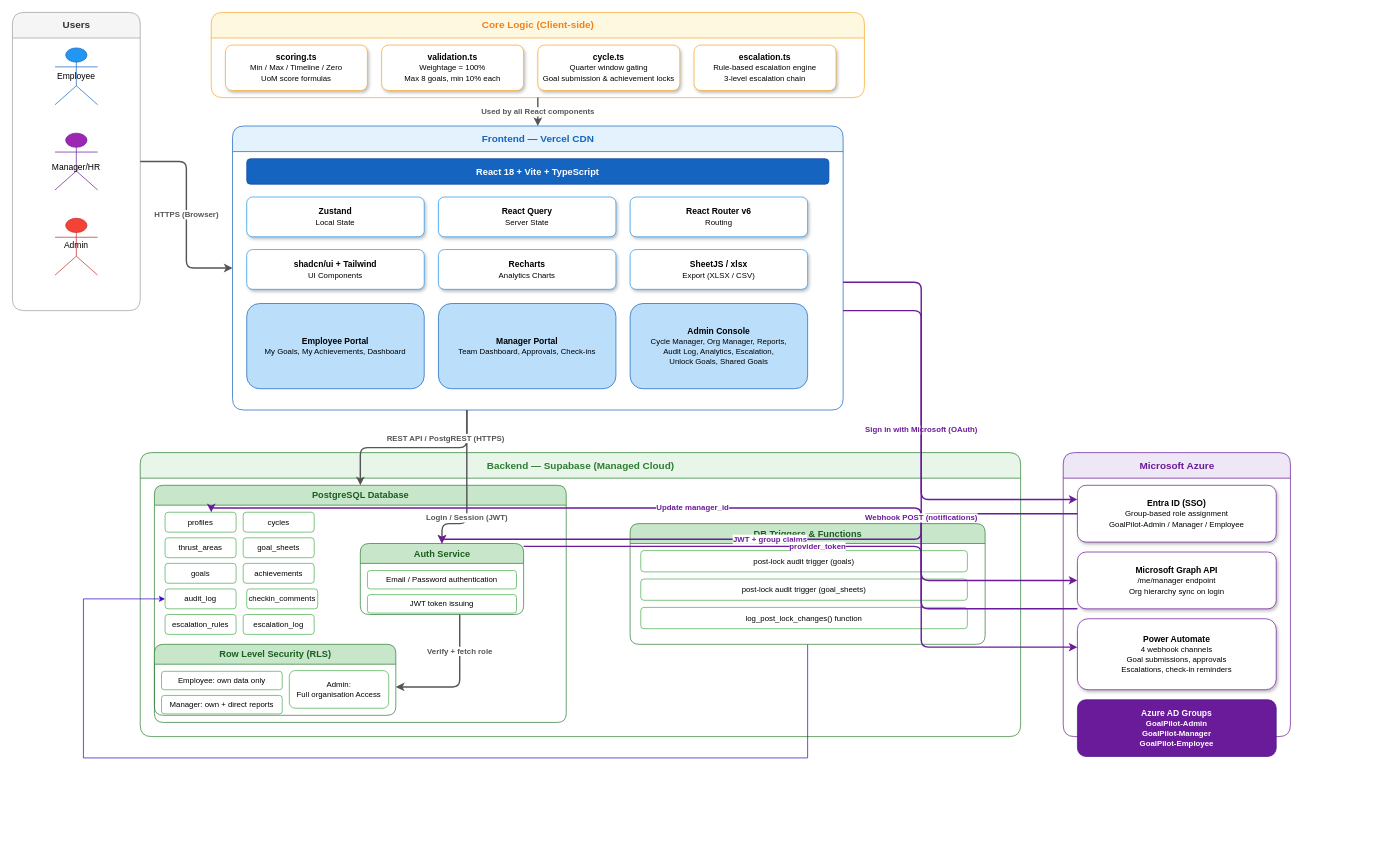
Above: docs/architecture.drawio in vikki-111/goalpilot (draw.io), before the change. Source tidied: cells renumbered, new cells numbered last; positions are measured from the earlier drawing's top-left corner, leaving out a move shared by most shapes. Both pictures are drawn from the tidied source at 71%, with x=0, y=0 at pixel (12, 12).
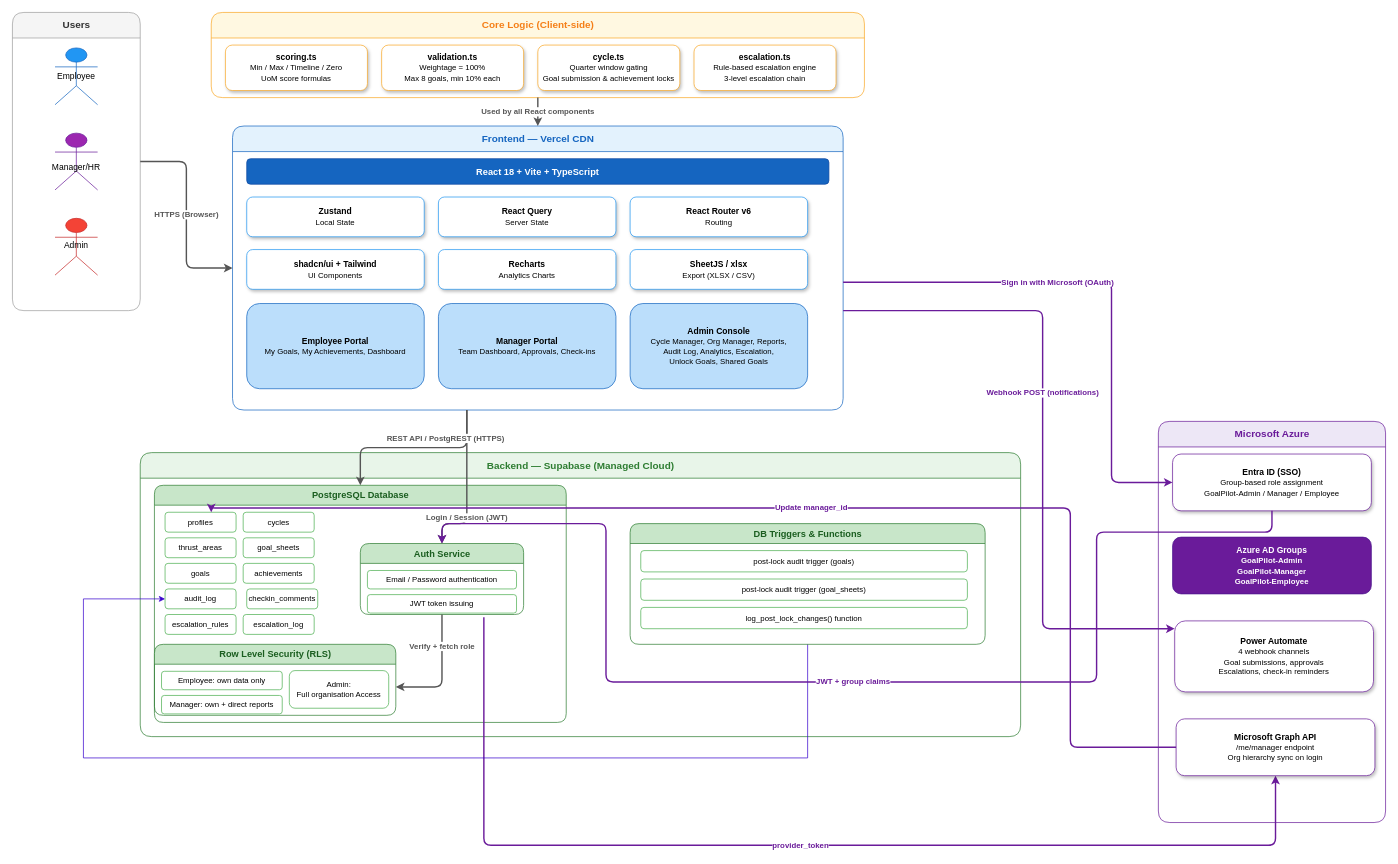
After the change.

Commit message (it also covers changes not shown here):
docs: update architecture diagram with Azure zone and export PNG

The change refers to these unchanged cells:
```xml
<mxCell id="14" value="Frontend — Vercel CDN" style="swimlane;startSize=36;fillColor=#E3F2FD;strokeColor=#1565C0;fontColor=#1565C0;fontStyle=1;fontSize=14;html=1;rounded=1;" parent="1" vertex="1">
  <mxGeometry x="310" y="160" width="860" height="400" as="geometry" />
</mxCell>
<mxCell id="26" value="PostgreSQL Database" style="swimlane;startSize=28;fillColor=#C8E6C9;strokeColor=#2E7D32;fontColor=#1B5E20;fontStyle=1;fontSize=13;html=1;rounded=1;" parent="25" vertex="1">
  <mxGeometry x="20" y="46" width="580" height="334" as="geometry" />
</mxCell>
<mxCell id="27" value="profiles" style="rounded=1;whiteSpace=wrap;html=1;fillColor=#ffffff;strokeColor=#4CAF50;fontSize=11;" parent="26" vertex="1">
  <mxGeometry x="15" y="38" width="100" height="28" as="geometry" />
</mxCell>
<mxCell id="41" value="Auth Service" style="swimlane;startSize=28;fillColor=#C8E6C9;strokeColor=#2E7D32;fontColor=#1B5E20;fontStyle=1;fontSize=13;html=1;rounded=1;" parent="26" vertex="1">
  <mxGeometry x="290" y="82" width="230" height="100" as="geometry" />
</mxCell>
<mxCell id="55" value="&lt;b&gt;Entra ID (SSO)&lt;/b&gt;&lt;br&gt;&lt;font style=&quot;font-size:11px&quot;&gt;Group-based role assignment&lt;br&gt;GoalPilot-Admin / Manager / Employee&lt;/font&gt;" style="rounded=1;whiteSpace=wrap;html=1;fillColor=#ffffff;strokeColor=#6A1B9A;fontSize=12;shadow=1;" parent="54" vertex="1">
  <mxGeometry x="20" y="46" width="280" height="80" as="geometry" />
</mxCell>
```

Change to the diagram source:
```diff
@@
     <mxCell id="44" value="Verify + fetch role" style="edgeStyle=orthogonalEdgeStyle;rounded=1;html=1;strokeColor=#555555;strokeWidth=2;endArrow=classic;fontSize=11;fontColor=#555555;fontStyle=1;" parent="26" edge="1" source="41">
       <mxGeometry x="-0.46" relative="1" as="geometry">
         <mxPoint x="340" y="284" as="targetPoint" />
         <Array as="points">
-          <mxPoint x="430" y="284" />
+          <mxPoint x="405" y="284" />
         </Array>
       </mxGeometry>
     </mxCell>
+    <mxCell id="61" value="provider_token" style="edgeStyle=orthogonalEdgeStyle;rounded=1;html=1;strokeColor=#6A1B9A;strokeWidth=2;endArrow=classic;fontSize=11;fontColor=#6A1B9A;fontStyle=1;entryX=0.5;entryY=1;entryDx=0;entryDy=0;" parent="26" edge="1" target="56">
+      <mxGeometry relative="1" as="geometry">
+        <mxPoint x="464" y="186" as="sourcePoint" />
+        <Array as="points">
+          <mxPoint x="464" y="507" />
+          <mxPoint x="1579" y="507" />
+        </Array>
+      </mxGeometry>
+    </mxCell>
@@
     <mxCell id="54" value="Microsoft Azure" style="swimlane;startSize=36;fillColor=#EDE7F6;strokeColor=#6A1B9A;fontColor=#6A1B9A;fontStyle=1;fontSize=14;html=1;rounded=1;" parent="1" vertex="1">
-      <mxGeometry x="1480" y="620" width="320" height="400" as="geometry" />
+      <mxGeometry x="1614" y="576" width="320" height="565" as="geometry" />
     </mxCell>
@@
-    <mxCell id="56" value="&lt;b&gt;Microsoft Graph API&lt;/b&gt;&lt;br&gt;&lt;font style=&quot;font-size:11px&quot;&gt;/me/manager endpoint&lt;br&gt;Org hierarchy sync on login&lt;/font&gt;" style="rounded=1;whiteSpace=wrap;html=1;fillColor=#ffffff;strokeColor=#6A1B9A;fontSize=12;shadow=1;" parent="54" vertex="1">
-      <mxGeometry x="20" y="140" width="280" height="80" as="geometry" />
-    </mxCell>
     <mxCell id="57" value="&lt;b&gt;Power Automate&lt;/b&gt;&lt;br&gt;&lt;font style=&quot;font-size:11px&quot;&gt;4 webhook channels&lt;br&gt;Goal submissions, approvals&lt;br&gt;Escalations, check-in reminders&lt;/font&gt;" style="rounded=1;whiteSpace=wrap;html=1;fillColor=#ffffff;strokeColor=#6A1B9A;fontSize=12;shadow=1;" parent="54" vertex="1">
-      <mxGeometry x="20" y="234" width="280" height="100" as="geometry" />
+      <mxGeometry x="23" y="281" width="280" height="100" as="geometry" />
     </mxCell>
     <mxCell id="58" value="&lt;b&gt;Azure AD Groups&lt;/b&gt;&lt;br&gt;&lt;font style=&quot;font-size:11px&quot;&gt;GoalPilot-Admin&lt;br&gt;GoalPilot-Manager&lt;br&gt;GoalPilot-Employee&lt;/font&gt;" style="rounded=1;whiteSpace=wrap;html=1;fillColor=#6A1B9A;strokeColor=#4A148C;fontColor=#ffffff;fontSize=12;fontStyle=1;" parent="54" vertex="1">
-      <mxGeometry x="20" y="348" width="280" height="80" as="geometry" />
+      <mxGeometry x="20" y="163" width="280" height="80" as="geometry" />
     </mxCell>
+    <mxCell id="56" value="&lt;b&gt;Microsoft Graph API&lt;/b&gt;&lt;br&gt;&lt;font style=&quot;font-size:11px&quot;&gt;/me/manager endpoint&lt;br&gt;Org hierarchy sync on login&lt;/font&gt;" style="rounded=1;whiteSpace=wrap;html=1;fillColor=#ffffff;strokeColor=#6A1B9A;fontSize=12;shadow=1;" parent="54" vertex="1">
+      <mxGeometry x="25" y="419" width="280" height="80" as="geometry" />
+    </mxCell>
     <mxCell id="59" value="Sign in with Microsoft (OAuth)" style="edgeStyle=orthogonalEdgeStyle;rounded=1;html=1;strokeColor=#6A1B9A;strokeWidth=2;endArrow=classic;fontSize=11;fontColor=#6A1B9A;fontStyle=1;" parent="1" edge="1" source="14" target="55">
-      <mxGeometry relative="1" as="geometry">
+      <mxGeometry x="-0.19" relative="1" as="geometry">
         <Array as="points">
-          <mxPoint x="1280" y="380" />
-          <mxPoint x="1280" y="686" />
+          <mxPoint x="1548" y="380" />
+          <mxPoint x="1548" y="662" />
         </Array>
       </mxGeometry>
     </mxCell>
     <mxCell id="60" value="JWT + group claims" style="edgeStyle=orthogonalEdgeStyle;rounded=1;html=1;strokeColor=#6A1B9A;strokeWidth=2;endArrow=classic;fontSize=11;fontColor=#6A1B9A;fontStyle=1;" parent="1" edge="1" source="55" target="41">
       <mxGeometry relative="1" as="geometry">
         <Array as="points">
-          <mxPoint x="1280" y="706" />
-          <mxPoint x="1280" y="742" />
+          <mxPoint x="1774" y="732" />
+          <mxPoint x="1527" y="732" />
+          <mxPoint x="1527" y="943" />
+          <mxPoint x="836" y="943" />
+          <mxPoint x="836" y="720" />
+          <mxPoint x="605" y="720" />
         </Array>
       </mxGeometry>
     </mxCell>
-    <mxCell id="61" value="provider_token" style="edgeStyle=orthogonalEdgeStyle;rounded=1;html=1;strokeColor=#6A1B9A;strokeWidth=2;endArrow=classic;fontSize=11;fontColor=#6A1B9A;fontStyle=1;" parent="1" edge="1" source="41" target="56">
-      <mxGeometry relative="1" as="geometry">
-        <Array as="points">
-          <mxPoint x="1280" y="752" />
-          <mxPoint x="1280" y="800" />
-        </Array>
-      </mxGeometry>
-    </mxCell>
     <mxCell id="62" value="Update manager_id" style="edgeStyle=orthogonalEdgeStyle;rounded=1;html=1;strokeColor=#6A1B9A;strokeWidth=2;endArrow=classic;fontSize=11;fontColor=#6A1B9A;fontStyle=1;" parent="1" edge="1" source="56" target="27">
       <mxGeometry relative="1" as="geometry">
         <Array as="points">
-          <mxPoint x="1280" y="840" />
-          <mxPoint x="1280" y="698" />
+          <mxPoint x="1490" y="1035" />
+          <mxPoint x="1490" y="698" />
           <mxPoint x="280" y="698" />
         </Array>
       </mxGeometry>
     </mxCell>
     <mxCell id="63" value="Webhook POST (notifications)" style="edgeStyle=orthogonalEdgeStyle;rounded=1;html=1;strokeColor=#6A1B9A;strokeWidth=2;endArrow=classic;fontSize=11;fontColor=#6A1B9A;fontStyle=1;" parent="1" edge="1" source="14" target="57">
-      <mxGeometry relative="1" as="geometry">
+      <mxGeometry x="-0.13" relative="1" as="geometry">
         <Array as="points">
-          <mxPoint x="1280" y="420" />
-          <mxPoint x="1280" y="894" />
+          <mxPoint x="1451" y="420" />
+          <mxPoint x="1451" y="868" />
         </Array>
+        <mxPoint y="-1" as="offset" />
       </mxGeometry>
     </mxCell>
```
